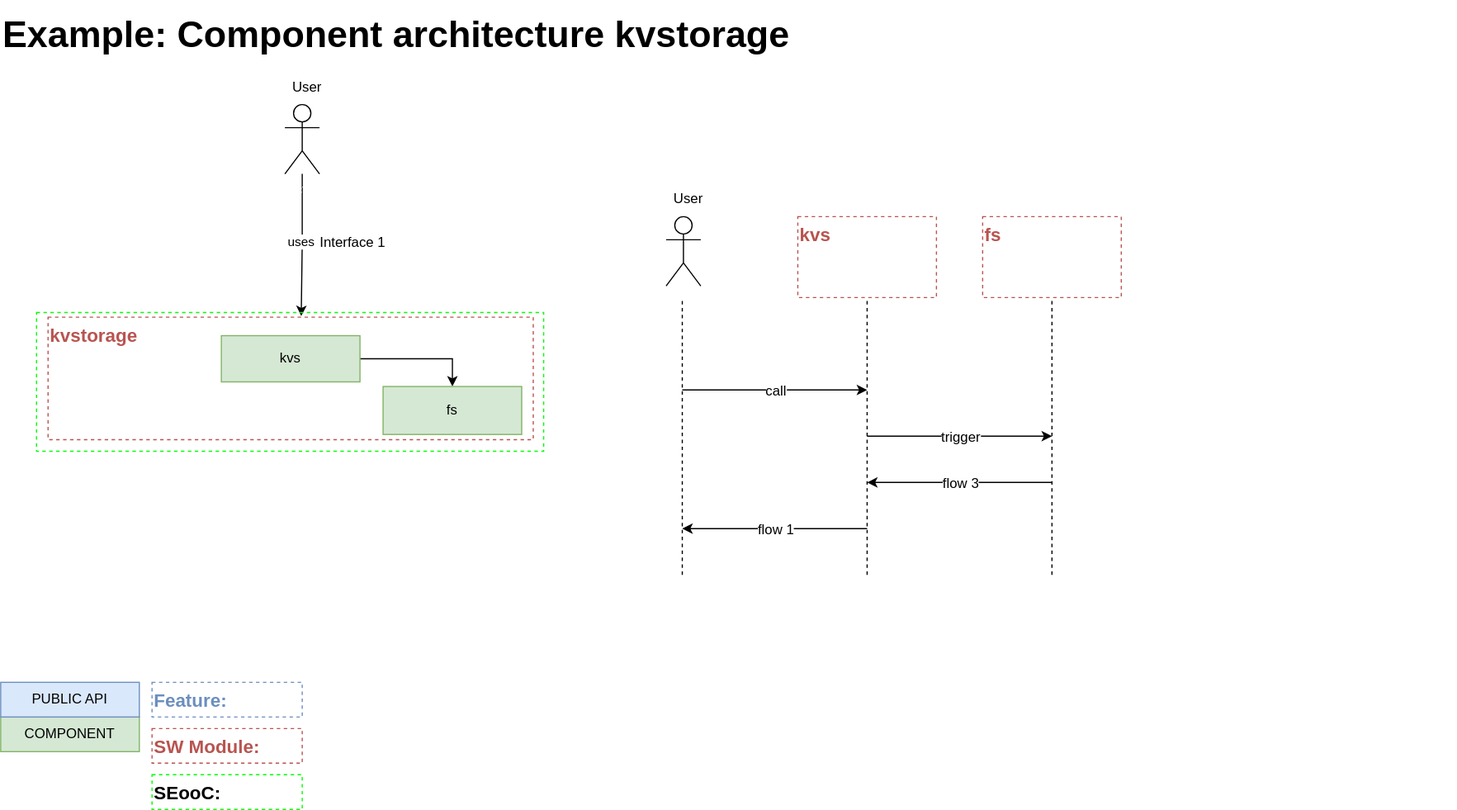
Above: pr-20/_images/safety_analysis_component.drawio.svg in eclipse-score/process_description (draw.io), before the change. Source tidied: cells renumbered, new cells last; positions are measured from the earlier drawing's top-left corner, leaving out a move shared by most shapes. Its diagram source:
```xml
<mxGraphModel>
  <root>
    <mxCell id="0" />
    <mxCell id="1" parent="0" />
    <mxCell id="2" value="uses" style="edgeStyle=orthogonalEdgeStyle;rounded=0;jettySize=auto;html=1;entryX=0.522;entryY=0.025;entryDx=0;entryDy=0;entryPerimeter=0;" parent="1" edge="1" source="3" target="9">
      <mxGeometry x="-0.02" relative="1" as="geometry" />
    </mxCell>
    <mxCell id="3" value="Actor" style="shape=umlActor;verticalLabelPosition=bottom;verticalAlign=top;outlineConnect=0;html=1;fontColor=#ffffff;" parent="1" vertex="1">
      <mxGeometry x="246" y="90" width="30" height="60" as="geometry" />
    </mxCell>
    <mxCell id="4" value="User" style="text;html=1;align=center;verticalAlign=middle;strokeColor=none;fillColor=none;" parent="1" vertex="1">
      <mxGeometry x="240" y="60" width="50" height="30" as="geometry" />
    </mxCell>
    <mxCell id="5" value="kvstorage" style="rounded=0;whiteSpace=wrap;html=1;fillColor=none;dashed=1;strokeColor=#b85450;align=left;verticalAlign=top;fontColor=#B85450;fontSize=16;fontStyle=1;" parent="1" vertex="1">
      <mxGeometry x="41" y="274" width="420" height="106" as="geometry" />
    </mxCell>
    <mxCell id="6" style="endArrow=classic;html=1;rounded=0;exitX=1;exitY=0.5;exitDx=0;exitDy=0;entryX=0.5;entryY=0;entryDx=0;entryDy=0;" parent="1" edge="1" source="8" target="7">
      <mxGeometry relative="1" as="geometry">
        <Array as="points">
          <mxPoint x="391" y="310" />
        </Array>
      </mxGeometry>
    </mxCell>
    <mxCell id="7" value="fs" style="rounded=0;whiteSpace=wrap;html=1;fillColor=#d5e8d4;strokeColor=#82b366;" parent="1" vertex="1">
      <mxGeometry x="331" y="334" width="120" height="41.5" as="geometry" />
    </mxCell>
    <mxCell id="8" value="kvs" style="rounded=0;whiteSpace=wrap;html=1;fillColor=#d5e8d4;strokeColor=#82b366;" parent="1" vertex="1">
      <mxGeometry x="191" y="290" width="120" height="40" as="geometry" />
    </mxCell>
    <mxCell id="9" style="rounded=0;whiteSpace=wrap;html=1;fillColor=none;dashed=1;strokeColor=#00FF00;align=left;verticalAlign=top;fontColor=#B85450;fontSize=16;fontStyle=1;" parent="1" vertex="1">
      <mxGeometry x="31" y="270" width="439" height="120" as="geometry" />
    </mxCell>
    <mxCell id="10" value="Example: Component architecture kvstorage" style="text;html=1;align=left;verticalAlign=middle;whiteSpace=wrap;rounded=0;fontSize=32;fontStyle=1;labelPosition=center;verticalLabelPosition=middle;" parent="1" vertex="1">
      <mxGeometry width="1260" height="60" as="geometry" />
    </mxCell>
    <mxCell id="11" value="COMPONENT" style="rounded=0;whiteSpace=wrap;html=1;fillColor=#d5e8d4;strokeColor=#82b366;" parent="1" vertex="1">
      <mxGeometry y="620" width="120" height="30" as="geometry" />
    </mxCell>
    <mxCell id="12" value="PUBLIC API" style="rounded=0;whiteSpace=wrap;html=1;fillColor=#dae8fc;strokeColor=#6c8ebf;" parent="1" vertex="1">
      <mxGeometry y="590" width="120" height="30" as="geometry" />
    </mxCell>
    <mxCell id="13" value="SW Module:&amp;nbsp;" style="rounded=0;whiteSpace=wrap;html=1;fillColor=none;dashed=1;strokeColor=#b85450;align=left;verticalAlign=top;fontColor=#B85450;fontSize=16;fontStyle=1;" parent="1" vertex="1">
      <mxGeometry x="131" y="630" width="130" height="30" as="geometry" />
    </mxCell>
    <mxCell id="14" value="Feature:&amp;nbsp;" style="rounded=0;whiteSpace=wrap;html=1;fillColor=none;dashed=1;strokeColor=#6C8EBF;align=left;verticalAlign=top;fontSize=16;fontStyle=1;fontColor=#6C8EBF;" parent="1" vertex="1">
      <mxGeometry x="131" y="590" width="130" height="30" as="geometry" />
    </mxCell>
    <mxCell id="15" value="&lt;font color=&quot;#000000&quot;&gt;SEooC:&lt;/font&gt;" style="rounded=0;whiteSpace=wrap;html=1;fillColor=none;dashed=1;strokeColor=#00FF00;align=left;verticalAlign=top;fontColor=#B85450;fontSize=16;fontStyle=1;" parent="1" vertex="1">
      <mxGeometry x="131" y="670" width="130" height="30" as="geometry" />
    </mxCell>
    <mxCell id="16" value="kvs" style="rounded=0;whiteSpace=wrap;html=1;fillColor=none;dashed=1;strokeColor=#b85450;align=left;verticalAlign=top;fontColor=#B85450;fontSize=16;fontStyle=1;" parent="1" vertex="1">
      <mxGeometry x="690" y="187" width="120" height="70" as="geometry" />
    </mxCell>
    <mxCell id="17" value="fs" style="rounded=0;whiteSpace=wrap;html=1;fillColor=none;dashed=1;strokeColor=#b85450;align=left;verticalAlign=top;fontColor=#B85450;fontSize=16;fontStyle=1;" parent="1" vertex="1">
      <mxGeometry x="850" y="187" width="120" height="70" as="geometry" />
    </mxCell>
    <mxCell id="18" value="Actor" style="shape=umlActor;verticalLabelPosition=bottom;verticalAlign=top;html=1;fontColor=#ffffff;" parent="1" vertex="1">
      <mxGeometry x="576" y="187" width="30" height="60" as="geometry" />
    </mxCell>
    <mxCell id="19" value="User" style="text;html=1;align=center;verticalAlign=middle;strokeColor=none;fillColor=none;" parent="1" vertex="1">
      <mxGeometry x="570" y="157" width="50" height="30" as="geometry" />
    </mxCell>
    <mxCell id="20" style="endArrow=none;dashed=1;html=1;" parent="1" edge="1">
      <mxGeometry relative="1" as="geometry">
        <mxPoint x="590" y="497" as="sourcePoint" />
        <mxPoint x="590" y="257" as="targetPoint" />
      </mxGeometry>
    </mxCell>
    <mxCell id="21" style="endArrow=none;dashed=1;html=1;entryX=0.5;entryY=1;entryDx=0;entryDy=0;" parent="1" edge="1" target="16">
      <mxGeometry relative="1" as="geometry">
        <mxPoint x="750" y="497" as="sourcePoint" />
      </mxGeometry>
    </mxCell>
    <mxCell id="22" style="endArrow=none;dashed=1;html=1;entryX=0.5;entryY=1;entryDx=0;entryDy=0;" parent="1" edge="1" target="17">
      <mxGeometry relative="1" as="geometry">
        <mxPoint x="910" y="497" as="sourcePoint" />
      </mxGeometry>
    </mxCell>
    <mxCell id="23" style="endArrow=classic;html=1;fontSize=12;" parent="1" edge="1">
      <mxGeometry relative="1" as="geometry">
        <mxPoint x="590" y="337" as="sourcePoint" />
        <mxPoint x="750" y="337" as="targetPoint" />
      </mxGeometry>
    </mxCell>
    <mxCell id="24" value="call" style="edgeLabel;html=1;align=center;verticalAlign=middle;fontSize=12;" parent="23" vertex="1">
      <mxGeometry x="0.14" y="-3" relative="1" as="geometry">
        <mxPoint x="-11" y="-3" as="offset" />
      </mxGeometry>
    </mxCell>
    <mxCell id="25" style="endArrow=classic;html=1;fontSize=12;" parent="1" edge="1">
      <mxGeometry relative="1" as="geometry">
        <mxPoint x="750" y="377" as="sourcePoint" />
        <mxPoint x="910" y="377" as="targetPoint" />
      </mxGeometry>
    </mxCell>
    <mxCell id="26" value="trigger" style="edgeLabel;html=1;align=center;verticalAlign=middle;fontSize=12;" parent="25" vertex="1">
      <mxGeometry x="0.14" y="-3" relative="1" as="geometry">
        <mxPoint x="-11" y="-3" as="offset" />
      </mxGeometry>
    </mxCell>
    <mxCell id="27" style="endArrow=classic;html=1;fontSize=12;" parent="1" edge="1">
      <mxGeometry relative="1" as="geometry">
        <mxPoint x="910" y="417" as="sourcePoint" />
        <mxPoint x="750" y="417" as="targetPoint" />
      </mxGeometry>
    </mxCell>
    <mxCell id="28" value="flow 3" style="edgeLabel;html=1;align=center;verticalAlign=middle;fontSize=12;" parent="27" vertex="1">
      <mxGeometry x="0.14" y="-3" relative="1" as="geometry">
        <mxPoint x="11" y="3" as="offset" />
      </mxGeometry>
    </mxCell>
    <mxCell id="29" style="endArrow=classic;html=1;fontSize=12;" parent="1" edge="1">
      <mxGeometry relative="1" as="geometry">
        <mxPoint x="750" y="457" as="sourcePoint" />
        <mxPoint x="590" y="457" as="targetPoint" />
      </mxGeometry>
    </mxCell>
    <mxCell id="30" value="flow 1" style="edgeLabel;html=1;align=center;verticalAlign=middle;fontSize=12;" parent="29" vertex="1">
      <mxGeometry x="0.14" y="-3" relative="1" as="geometry">
        <mxPoint x="11" y="3" as="offset" />
      </mxGeometry>
    </mxCell>
    <mxCell id="31" value="Interface 1" style="text;html=1;align=center;verticalAlign=middle;whiteSpace=wrap;rounded=0;fontSize=12;" parent="1" vertex="1">
      <mxGeometry x="275" y="195" width="60" height="30" as="geometry" />
    </mxCell>
  </root>
</mxGraphModel>
```
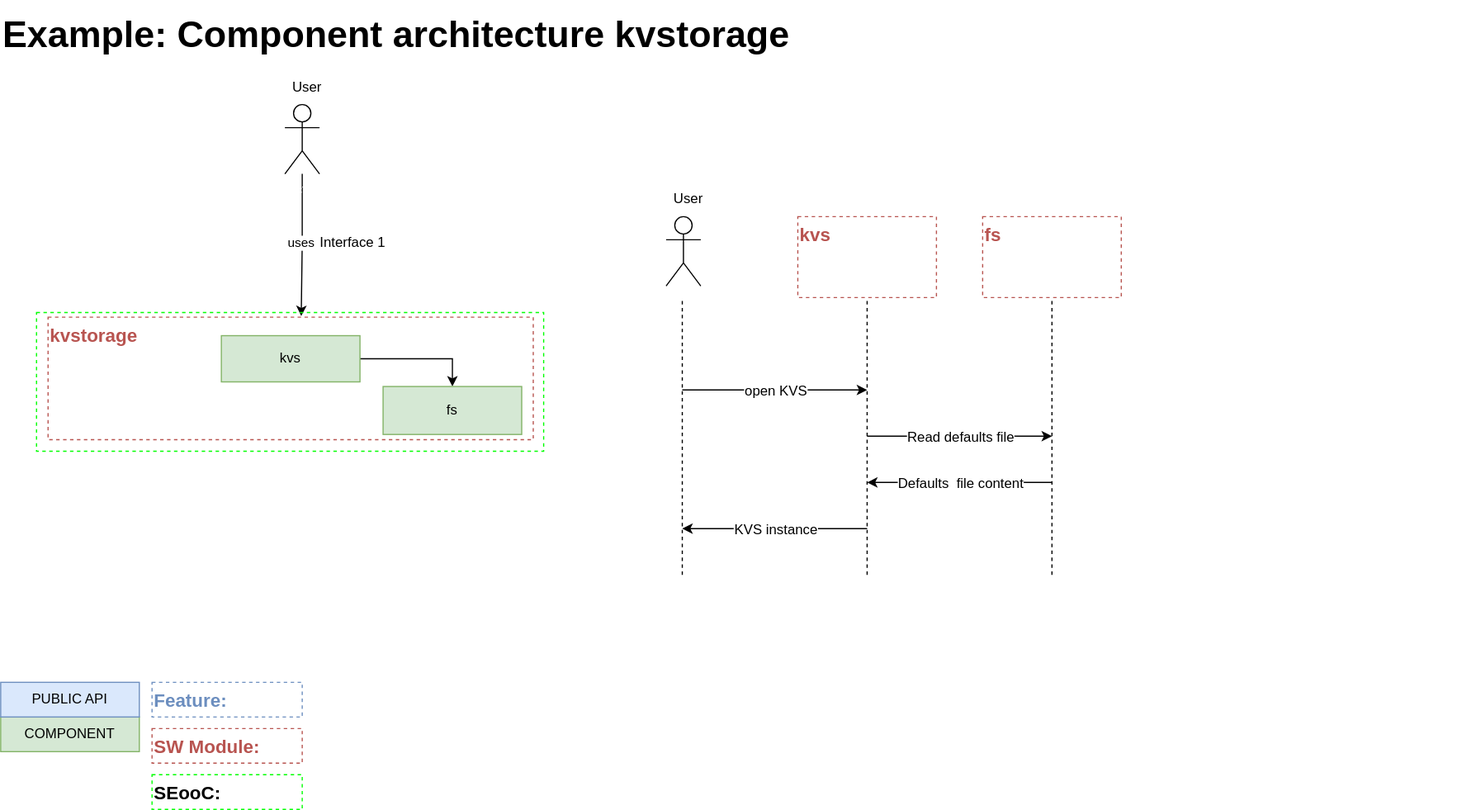
The same file after the commit.

What changed in the source:
```diff
@@ -82,7 +82,7 @@
         <mxPoint x="750" y="337" as="targetPoint" />
       </mxGeometry>
     </mxCell>
-    <mxCell id="24" value="call" style="edgeLabel;html=1;align=center;verticalAlign=middle;fontSize=12;" parent="23" vertex="1">
+    <mxCell id="24" value="open KVS&amp;nbsp;" style="edgeLabel;html=1;align=center;verticalAlign=middle;fontSize=12;" parent="23" vertex="1">
       <mxGeometry x="0.14" y="-3" relative="1" as="geometry">
         <mxPoint x="-11" y="-3" as="offset" />
       </mxGeometry>
@@ -93,7 +93,7 @@
         <mxPoint x="910" y="377" as="targetPoint" />
       </mxGeometry>
     </mxCell>
-    <mxCell id="26" value="trigger" style="edgeLabel;html=1;align=center;verticalAlign=middle;fontSize=12;" parent="25" vertex="1">
+    <mxCell id="26" value="Read defaults file&amp;nbsp;" style="edgeLabel;html=1;align=center;verticalAlign=middle;fontSize=12;" parent="25" vertex="1">
       <mxGeometry x="0.14" y="-3" relative="1" as="geometry">
         <mxPoint x="-11" y="-3" as="offset" />
       </mxGeometry>
@@ -104,7 +104,7 @@
         <mxPoint x="750" y="417" as="targetPoint" />
       </mxGeometry>
     </mxCell>
-    <mxCell id="28" value="flow 3" style="edgeLabel;html=1;align=center;verticalAlign=middle;fontSize=12;" parent="27" vertex="1">
+    <mxCell id="28" value="Defaults&amp;nbsp; file content&amp;nbsp;" style="edgeLabel;html=1;align=center;verticalAlign=middle;fontSize=12;" parent="27" vertex="1">
       <mxGeometry x="0.14" y="-3" relative="1" as="geometry">
         <mxPoint x="11" y="3" as="offset" />
       </mxGeometry>
@@ -115,7 +115,7 @@
         <mxPoint x="590" y="457" as="targetPoint" />
       </mxGeometry>
     </mxCell>
-    <mxCell id="30" value="flow 1" style="edgeLabel;html=1;align=center;verticalAlign=middle;fontSize=12;" parent="29" vertex="1">
+    <mxCell id="30" value="KVS instance&amp;nbsp;" style="edgeLabel;html=1;align=center;verticalAlign=middle;fontSize=12;" parent="29" vertex="1">
       <mxGeometry x="0.14" y="-3" relative="1" as="geometry">
         <mxPoint x="11" y="3" as="offset" />
       </mxGeometry>
```
